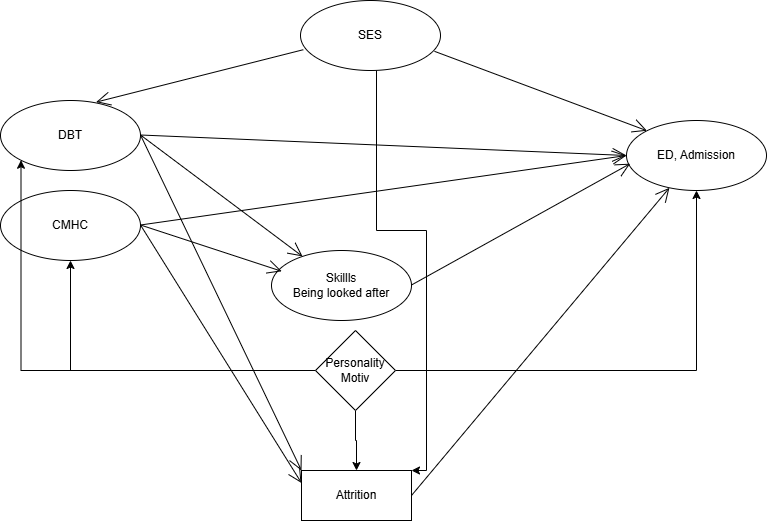
gbarbalat/DBT-ED keeps this draw.io diagram as Untitled Diagram.drawio.png. Above is the earlier version. Source tidied: cells renumbered, new cells last; positions are measured from the earlier drawing's top-left corner, leaving out a move shared by most shapes.
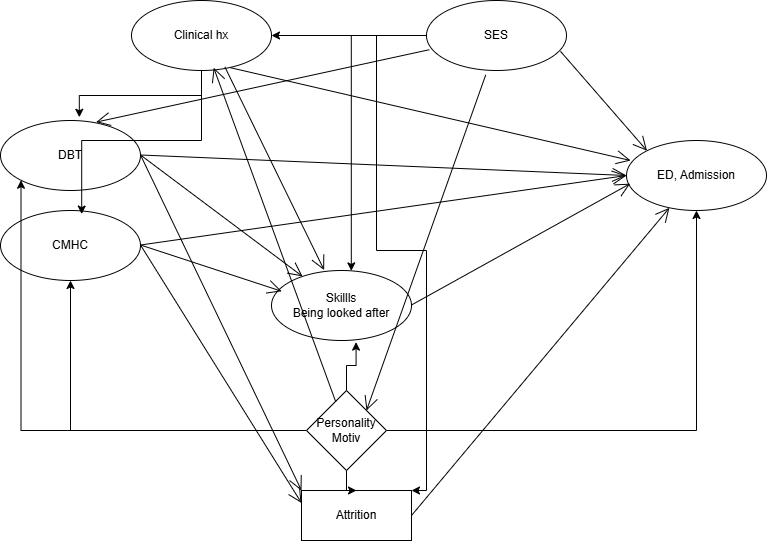
After the change.

Change to the diagram source:
```diff
@@ -64,8 +64,11 @@
         </Array>
       </mxGeometry>
     </mxCell>
+    <mxCell id="24" style="edgeStyle=orthogonalEdgeStyle;rounded=0;jettySize=auto;html=1;entryX=1;entryY=0.5;entryDx=0;entryDy=0;" parent="1" edge="1" source="16" target="27">
+      <mxGeometry relative="1" as="geometry" />
+    </mxCell>
     <mxCell id="16" value="SES" style="ellipse;whiteSpace=wrap;html=1;" parent="1" vertex="1">
-      <mxGeometry x="300" width="140" height="70" as="geometry" />
+      <mxGeometry x="426" y="-20" width="140" height="70" as="geometry" />
     </mxCell>
     <mxCell id="17" style="endArrow=open;endFill=1;endSize=12;html=1;rounded=0;entryX=0;entryY=0;entryDx=0;entryDy=0;exitX=0.957;exitY=0.726;exitDx=0;exitDy=0;exitPerimeter=0;" parent="1" edge="1" source="16" target="4">
       <mxGeometry relative="1" as="geometry" />
@@ -86,7 +89,34 @@
       <mxGeometry relative="1" as="geometry" />
     </mxCell>
     <mxCell id="23" value="Personality Motiv" style="rhombus;whiteSpace=wrap;html=1;" parent="1" vertex="1">
-      <mxGeometry x="315" y="330" width="80" height="80" as="geometry" />
+      <mxGeometry x="306" y="370" width="80" height="80" as="geometry" />
     </mxCell>
+    <mxCell id="25" style="edgeStyle=orthogonalEdgeStyle;rounded=0;jettySize=auto;html=1;entryX=0.604;entryY=1.023;entryDx=0;entryDy=0;entryPerimeter=0;" parent="1" edge="1" source="23" target="11">
+      <mxGeometry relative="1" as="geometry" />
+    </mxCell>
+    <mxCell id="26" style="edgeStyle=orthogonalEdgeStyle;rounded=0;jettySize=auto;html=1;entryX=0.57;entryY=0.006;entryDx=0;entryDy=0;entryPerimeter=0;" parent="1" edge="1" source="16" target="11">
+      <mxGeometry relative="1" as="geometry" />
+    </mxCell>
+    <mxCell id="27" value="Clinical hx" style="ellipse;whiteSpace=wrap;html=1;" parent="1" vertex="1">
+      <mxGeometry x="131" y="-20" width="140" height="70" as="geometry" />
+    </mxCell>
+    <mxCell id="28" style="edgeStyle=orthogonalEdgeStyle;rounded=0;jettySize=auto;html=1;entryX=0.563;entryY=-0.046;entryDx=0;entryDy=0;entryPerimeter=0;" parent="1" edge="1" source="27" target="2">
+      <mxGeometry relative="1" as="geometry" />
+    </mxCell>
+    <mxCell id="29" style="edgeStyle=orthogonalEdgeStyle;rounded=0;jettySize=auto;html=1;entryX=0.58;entryY=0.051;entryDx=0;entryDy=0;entryPerimeter=0;" parent="1" edge="1" source="27" target="3">
+      <mxGeometry relative="1" as="geometry" />
+    </mxCell>
+    <mxCell id="30" style="endArrow=open;endFill=1;endSize=12;html=1;rounded=0;entryX=0.029;entryY=0.286;entryDx=0;entryDy=0;entryPerimeter=0;exitX=0.707;exitY=0.96;exitDx=0;exitDy=0;exitPerimeter=0;" parent="1" edge="1" source="27" target="4">
+      <mxGeometry relative="1" as="geometry" />
+    </mxCell>
+    <mxCell id="31" style="endArrow=open;endFill=1;endSize=12;html=1;rounded=0;entryX=0.376;entryY=-0.006;entryDx=0;entryDy=0;entryPerimeter=0;exitX=0.667;exitY=0.949;exitDx=0;exitDy=0;exitPerimeter=0;" parent="1" edge="1" source="27" target="11">
+      <mxGeometry relative="1" as="geometry" />
+    </mxCell>
+    <mxCell id="32" style="endArrow=open;endFill=1;endSize=12;html=1;rounded=0;entryX=0.587;entryY=0.96;entryDx=0;entryDy=0;entryPerimeter=0;exitX=0.365;exitY=0.14;exitDx=0;exitDy=0;exitPerimeter=0;" parent="1" edge="1" source="23" target="27">
+      <mxGeometry relative="1" as="geometry" />
+    </mxCell>
+    <mxCell id="33" style="endArrow=open;endFill=1;endSize=12;html=1;rounded=0;entryX=1;entryY=0;entryDx=0;entryDy=0;exitX=0.423;exitY=1.063;exitDx=0;exitDy=0;exitPerimeter=0;" parent="1" edge="1" source="16" target="23">
+      <mxGeometry relative="1" as="geometry" />
+    </mxCell>
   </root>
 </mxGraphModel>
```
